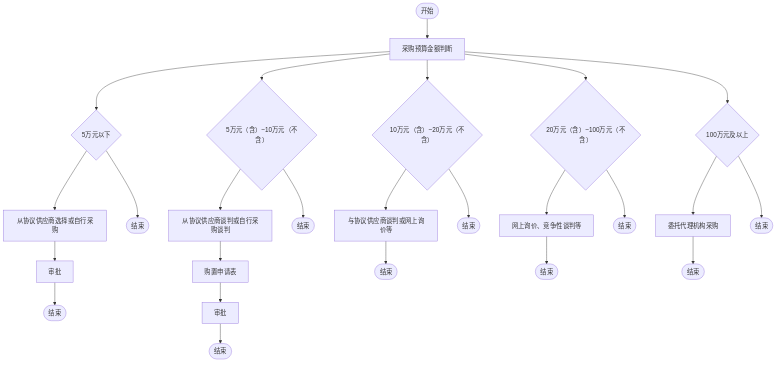
Before: outline2flow/flow_outputs/page_32.png, a diagram exported from Mermaid (AmyIvan/work1). Its source is kept beside it as outline2flow/mmd_outputs/page_32.mmd.
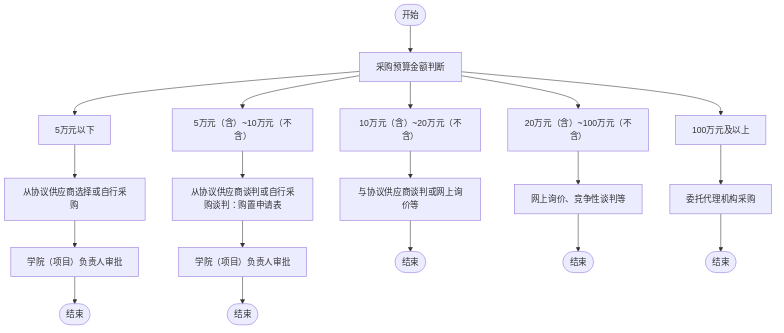
After the commit.

Change to the diagram source:
```diff
@@ -1,31 +1,7 @@
 flowchart TD
-    Start(["开始"]) --> BudgetJudgment["采购预算金额判断"]
-    BudgetJudgment --> Below50k{"5万元以下"}
-    BudgetJudgment --> Between50kAnd100k{"5万元（含）~10万元（不含）"}
-    BudgetJudgment --> Between100kAnd200k{"10万元（含）~20万元（不含）"}
-    BudgetJudgment --> Between200kAnd1M{"20万元（含）~100万元（不含）"}
-    BudgetJudgment --> Above1M{"100万元及以上"}
-
-    Below50k --> ChooseOrSelfPurchase["从协议供应商选择或自行采购"]
-    ChooseOrSelfPurchase --> Approval1["审批"]
-    Approval1 --> End1(["结束"])
-
-    Between50kAnd100k --> NegotiateOrSelfPurchase["从协议供应商谈判或自行采购谈判"]
-    NegotiateOrSelfPurchase --> PurchaseApplication["购置申请表"]
-    PurchaseApplication --> Approval2["审批"]
-    Approval2 --> End2(["结束"])
-
-    Between100kAnd200k --> NegotiateOrOnlineInquiry["与协议供应商谈判或网上询价等"]
-    NegotiateOrOnlineInquiry --> End3(["结束"])
-
-    Between200kAnd1M --> OnlineInquiryOrCompetitiveNegotiation["网上询价、竞争性谈判等"]
-    OnlineInquiryOrCompetitiveNegotiation --> End4(["结束"])
-
-    Above1M --> DelegateToAgency["委托代理机构采购"]
-    DelegateToAgency --> End5(["结束"])
-
-    Below50k --> End6(["结束"])
-    Between50kAnd100k --> End7(["结束"])
-    Between100kAnd200k --> End8(["结束"])
-    Between200kAnd1M --> End9(["结束"])
-    Above1M --> End10(["结束"])
+    Start(["开始"]) --> JudgeBudget["采购预算金额判断"]
+    JudgeBudget --> LessThan5["5万元以下"] --> ChooseOrSelfPurchase["从协议供应商选择或自行采购"] --> ApproveByCollege["学院（项目）负责人审批"] --> End1(["结束"])
+    JudgeBudget --> Between5And10["5万元（含）~10万元（不含）"] --> NegotiateOrSelfPurchase["从协议供应商谈判或自行采购谈判：购置申请表"] --> ApproveByCollege2["学院（项目）负责人审批"] --> End2(["结束"])
+    JudgeBudget --> Between10And20["10万元（含）~20万元（不含）"] --> NegotiateOrOnline["与协议供应商谈判或网上询价等"] --> End3(["结束"])
+    JudgeBudget --> Between20And100["20万元（含）~100万元（不含）"] --> OnlineOrCompetitive["网上询价、竞争性谈判等"] --> End4(["结束"])
+    JudgeBudget --> MoreThan100["100万元及以上"] --> DelegateAgency["委托代理机构采购"] --> End5(["结束"])
```
